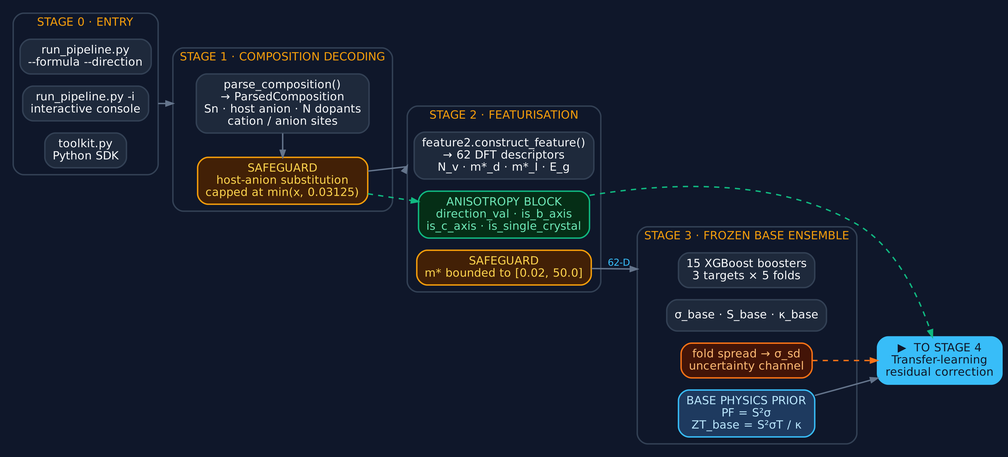
Before: docs_assets/architecture_deck_a.png, a diagram exported from Graphviz (NischalRaj16/thermoelectric-discovery-engine). Its source is kept beside it as docs_assets/architecture_deck_a.dot.
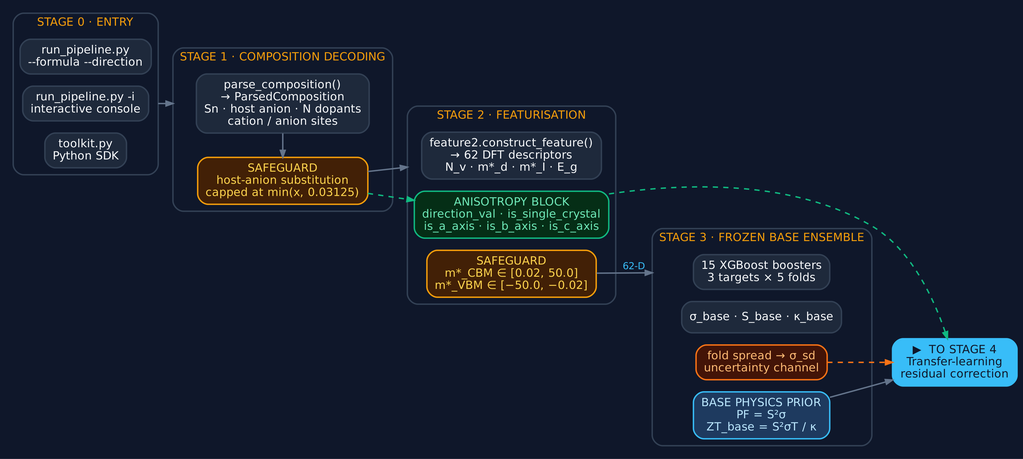
Above is the later version.

Commit message:
Correct model descriptions and accuracy figures in the report and deck

Change to the diagram source:
```diff
@@ -27,9 +27,9 @@
     label="STAGE 2 · FEATURISATION"; fontsize=13; fontcolor="#F59E0B";
     style="rounded"; color="#334155"; penwidth=1.6;
     f1 [label="feature2.construct_feature()\n→ 62 DFT descriptors\nN_v · m*_d · m*_I · E_g"];
-    f2 [label="ANISOTROPY BLOCK\ndirection_val · is_b_axis\nis_c_axis · is_single_crystal",
+    f2 [label="ANISOTROPY BLOCK\ndirection_val · is_single_crystal\nis_a_axis · is_b_axis · is_c_axis",
         fillcolor="#052e16", color="#10B981", fontcolor="#6EE7B7"];
-    f3 [label="SAFEGUARD\nm* bounded to [0.02, 50.0]",
+    f3 [label="SAFEGUARD\nm*_CBM ∈ [0.02, 50.0]\nm*_VBM ∈ [−50.0, −0.02]",
         fillcolor="#422006", color="#F59E0B", fontcolor="#FCD34D"];
     {rank=same; f1; f2; f3;}
   }
```
